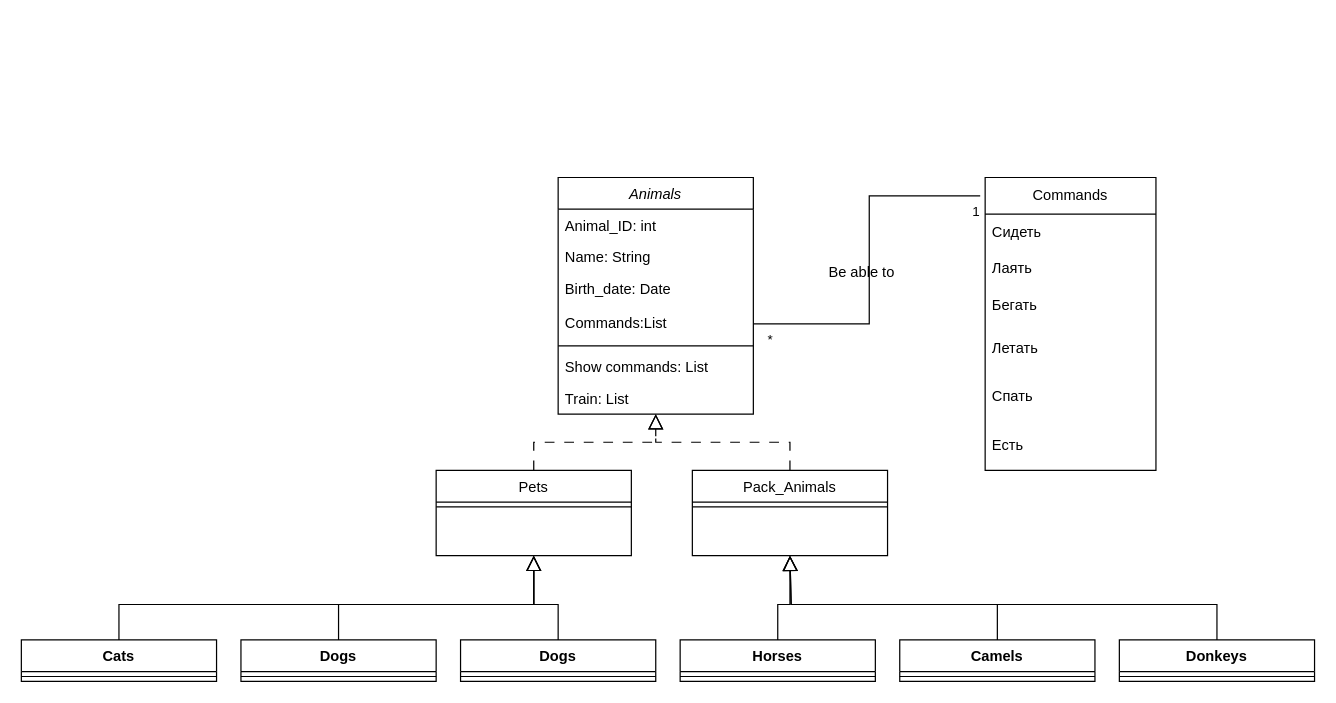
Before: UML_diagram.drawio in wakhsavior/GB_Final_Specialization, a draw.io diagram. Source tidied: cells renumbered, new cells numbered last; positions are measured from the earlier drawing's top-left corner, leaving out a move shared by most shapes. Both pictures are drawn from the tidied source at 122%, with x=0, y=0 at pixel (21, 177).
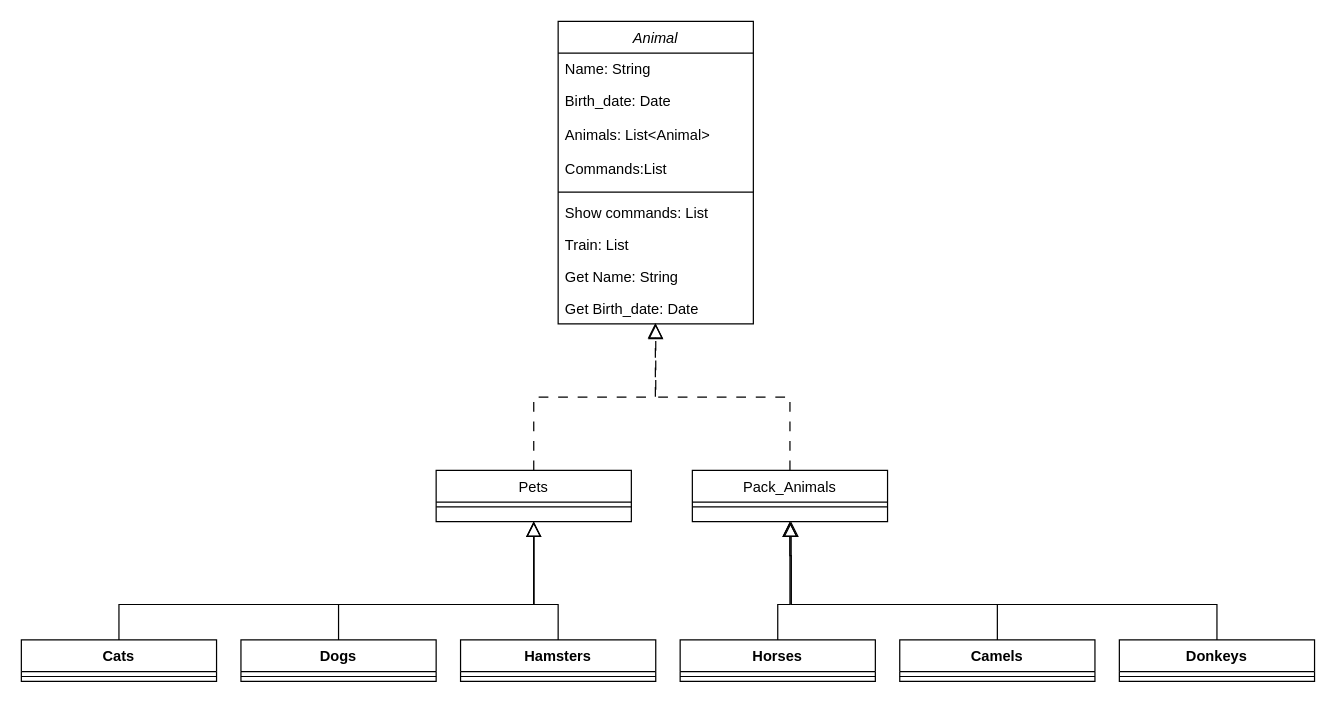
The same diagram, later.

The change refers to these unchanged cells:
```xml
<mxCell id="40" value="Camels" style="swimlane;fontStyle=1;align=center;verticalAlign=top;horizontal=1;startSize=26;whiteSpace=wrap;html=1;" parent="1" vertex="1">
  <mxGeometry x="720" y="379" width="160" height="34" as="geometry" />
</mxCell>
<mxCell id="43" value="Donkeys" style="swimlane;fontStyle=1;align=center;verticalAlign=top;horizontal=1;startSize=26;whiteSpace=wrap;html=1;" parent="1" vertex="1">
  <mxGeometry x="900" y="379" width="160" height="34" as="geometry" />
</mxCell>
```

The edit, as a diff of the source:
```diff
@@
-    <mxCell id="2" value="Animals" style="swimlane;fontStyle=2;align=center;verticalAlign=top;horizontal=1;startSize=26;rounded=0;shadow=0;strokeWidth=1;" parent="1" vertex="1">
-      <mxGeometry x="440" width="160" height="194" as="geometry" />
+    <mxCell id="2" value="Animal" style="swimlane;fontStyle=2;align=center;verticalAlign=top;horizontal=1;startSize=26;rounded=0;shadow=0;strokeWidth=1;" parent="1" vertex="1">
+      <mxGeometry x="440" y="-128" width="160" height="248" as="geometry" />
     </mxCell>
-    <mxCell id="3" value="Animal_ID: int" style="text;align=left;verticalAlign=top;spacingLeft=4;spacingRight=4;overflow=hidden;" parent="2" vertex="1">
-      <mxGeometry y="26" width="160" height="26" as="geometry" />
-    </mxCell>
     <mxCell id="4" value="Name: String " style="text;align=left;verticalAlign=top;spacingLeft=4;spacingRight=4;overflow=hidden;" parent="2" vertex="1">
-      <mxGeometry y="52" width="160" height="26" as="geometry" />
+      <mxGeometry y="26" width="160" height="26" as="geometry" />
     </mxCell>
     <mxCell id="5" value="Birth_date: Date" style="text;align=left;verticalAlign=top;spacingLeft=4;spacingRight=4;overflow=hidden;rounded=0;shadow=0;html=0;" parent="2" vertex="1">
-      <mxGeometry y="78" width="160" height="28" as="geometry" />
+      <mxGeometry y="52" width="160" height="28" as="geometry" />
     </mxCell>
+    <mxCell id="45" value="Animals: List&lt;Animal&gt;" style="text;align=left;verticalAlign=top;spacingLeft=4;spacingRight=4;overflow=hidden;rounded=0;shadow=0;html=0;" parent="2" vertex="1">
+      <mxGeometry y="80" width="160" height="28" as="geometry" />
+    </mxCell>
     <mxCell id="6" value="Commands:List" style="text;align=left;verticalAlign=top;spacingLeft=4;spacingRight=4;overflow=hidden;points=[[0,0.5],[1,0.5]];portConstraint=eastwest;rounded=0;shadow=0;html=0;" parent="2" vertex="1">
-      <mxGeometry y="106" width="160" height="28" as="geometry" />
+      <mxGeometry y="108" width="160" height="28" as="geometry" />
     </mxCell>
     <mxCell id="7" style="line;html=1;strokeWidth=1;align=left;verticalAlign=middle;spacingTop=-1;spacingLeft=3;spacingRight=3;labelPosition=right;" parent="2" vertex="1">
-      <mxGeometry y="134" width="160" height="8" as="geometry" />
+      <mxGeometry y="136" width="160" height="8" as="geometry" />
     </mxCell>
     <mxCell id="8" value="Show commands: List" style="text;align=left;verticalAlign=top;spacingLeft=4;spacingRight=4;overflow=hidden;" parent="2" vertex="1">
-      <mxGeometry y="142" width="160" height="26" as="geometry" />
+      <mxGeometry y="144" width="160" height="26" as="geometry" />
     </mxCell>
     <mxCell id="9" value="Train: List" style="text;align=left;verticalAlign=top;spacingLeft=4;spacingRight=4;overflow=hidden;" parent="2" vertex="1">
-      <mxGeometry y="168" width="160" height="26" as="geometry" />
+      <mxGeometry y="170" width="160" height="26" as="geometry" />
     </mxCell>
+    <mxCell id="46" value="Get Name: String" style="text;align=left;verticalAlign=top;spacingLeft=4;spacingRight=4;overflow=hidden;" parent="2" vertex="1">
+      <mxGeometry y="196" width="160" height="26" as="geometry" />
+    </mxCell>
+    <mxCell id="47" value="Get Birth_date: Date" style="text;align=left;verticalAlign=top;spacingLeft=4;spacingRight=4;overflow=hidden;points=[[0,0.5],[1,0.5]];portConstraint=eastwest;" parent="2" vertex="1">
+      <mxGeometry y="222" width="160" height="26" as="geometry" />
+    </mxCell>
     <mxCell id="10" value="Pets" style="swimlane;fontStyle=0;align=center;verticalAlign=top;horizontal=1;startSize=26;rounded=0;shadow=0;strokeWidth=1;" parent="1" vertex="1">
-      <mxGeometry x="340" y="240" width="160" height="70" as="geometry" />
+      <mxGeometry x="340" y="240" width="160" height="42" as="geometry" />
     </mxCell>
@@
-    <mxCell id="12" style="endArrow=block;endSize=10;endFill=0;shadow=0;strokeWidth=1;rounded=0;edgeStyle=elbowEdgeStyle;elbow=vertical;dashed=1;dashPattern=8 8;" parent="1" edge="1" source="10" target="2">
+    <mxCell id="12" style="endArrow=block;endSize=10;endFill=0;shadow=0;strokeWidth=1;rounded=0;edgeStyle=elbowEdgeStyle;elbow=vertical;dashed=1;dashPattern=8 8;entryX=0.498;entryY=0.974;entryDx=0;entryDy=0;entryPerimeter=0;exitX=0.5;exitY=0;exitDx=0;exitDy=0;" parent="1" edge="1" source="10" target="47">
       <mxGeometry relative="1" as="geometry" />
     </mxCell>
     <mxCell id="13" value="Pack_Animals" style="swimlane;fontStyle=0;align=center;verticalAlign=top;horizontal=1;startSize=26;rounded=0;shadow=0;strokeWidth=1;" parent="1" vertex="1">
-      <mxGeometry x="550" y="240" width="160" height="70" as="geometry" />
+      <mxGeometry x="550" y="240" width="160" height="42" as="geometry" />
     </mxCell>
@@
-    <mxCell id="15" style="endArrow=block;endSize=10;endFill=0;shadow=0;strokeWidth=1;rounded=0;edgeStyle=elbowEdgeStyle;elbow=vertical;dashed=1;dashPattern=8 8;" parent="1" edge="1" source="13" target="2">
+    <mxCell id="15" style="endArrow=block;endSize=10;endFill=0;shadow=0;strokeWidth=1;rounded=0;edgeStyle=elbowEdgeStyle;elbow=vertical;dashed=1;dashPattern=8 8;exitX=0.5;exitY=0;exitDx=0;exitDy=0;" parent="1" edge="1" source="13" target="47">
       <mxGeometry relative="1" as="geometry" />
     </mxCell>
-    <mxCell id="16" value="Commands" style="swimlane;fontStyle=0;horizontal=1;startSize=30;whiteSpace=wrap;html=1;" parent="1" vertex="1">
-      <mxGeometry x="790" width="140" height="240" as="geometry" />
-    </mxCell>
-    <mxCell id="17" value="Сидеть" style="text;strokeColor=none;fillColor=none;align=left;verticalAlign=middle;spacingLeft=4;spacingRight=4;overflow=hidden;whiteSpace=wrap;html=1;" parent="16" vertex="1">
-      <mxGeometry y="30" width="140" height="30" as="geometry" />
-    </mxCell>
-    <mxCell id="18" value="Лаять" style="text;strokeColor=none;fillColor=none;align=left;verticalAlign=middle;spacingLeft=4;spacingRight=4;overflow=hidden;whiteSpace=wrap;html=1;" parent="16" vertex="1">
-      <mxGeometry y="60" width="140" height="30" as="geometry" />
-    </mxCell>
-    <mxCell id="19" value="Бегать" style="text;strokeColor=none;fillColor=none;align=left;verticalAlign=middle;spacingLeft=4;spacingRight=4;overflow=hidden;whiteSpace=wrap;html=1;" parent="16" vertex="1">
-      <mxGeometry y="90" width="140" height="30" as="geometry" />
-    </mxCell>
-    <mxCell id="20" value="Летать" style="text;strokeColor=none;fillColor=none;align=left;verticalAlign=middle;spacingLeft=4;spacingRight=4;overflow=hidden;whiteSpace=wrap;html=1;" parent="16" vertex="1">
-      <mxGeometry y="120" width="140" height="40" as="geometry" />
-    </mxCell>
-    <mxCell id="21" value="Спать" style="text;strokeColor=none;fillColor=none;align=left;verticalAlign=middle;spacingLeft=4;spacingRight=4;overflow=hidden;whiteSpace=wrap;html=1;" parent="16" vertex="1">
-      <mxGeometry y="160" width="140" height="40" as="geometry" />
-    </mxCell>
-    <mxCell id="22" value="Есть" style="text;strokeColor=none;fillColor=none;align=left;verticalAlign=middle;spacingLeft=4;spacingRight=4;overflow=hidden;whiteSpace=wrap;html=1;" parent="16" vertex="1">
-      <mxGeometry y="200" width="140" height="40" as="geometry" />
-    </mxCell>
-    <mxCell id="23" style="endArrow=none;html=1;endSize=12;startArrow=none;startSize=14;startFill=0;edgeStyle=orthogonalEdgeStyle;rounded=0;entryX=-0.029;entryY=0.063;entryDx=0;entryDy=0;entryPerimeter=0;endFill=0;" parent="1" edge="1" source="6" target="16">
-      <mxGeometry relative="1" as="geometry" />
-    </mxCell>
-    <mxCell id="24" value="*" style="edgeLabel;html=1;align=left;verticalAlign=top;" parent="23" vertex="1">
-      <mxGeometry x="-1" relative="1" as="geometry">
-        <mxPoint x="10" as="offset" />
-      </mxGeometry>
-    </mxCell>
-    <mxCell id="25" value="1" style="edgeLabel;html=1;align=right;verticalAlign=top;" parent="23" vertex="1">
-      <mxGeometry x="1" relative="1" as="geometry" />
-    </mxCell>
-    <mxCell id="26" value="Be able to" style="text;whiteSpace=wrap;" parent="1" vertex="1">
-      <mxGeometry x="660" y="64" width="90" height="40" as="geometry" />
-    </mxCell>
@@
-    <mxCell id="34" value="Dogs" style="swimlane;fontStyle=1;align=center;verticalAlign=top;horizontal=1;startSize=26;whiteSpace=wrap;html=1;" parent="1" vertex="1">
+    <mxCell id="34" value="Hamsters" style="swimlane;fontStyle=1;align=center;verticalAlign=top;horizontal=1;startSize=26;whiteSpace=wrap;html=1;" parent="1" vertex="1">
       <mxGeometry x="360" y="379" width="160" height="34" as="geometry" />
     </mxCell>
@@
     <mxCell id="39" style="edgeStyle=orthogonalEdgeStyle;rounded=0;jettySize=auto;html=1;endArrow=block;endFill=0;endSize=10;shadow=0;strokeWidth=1;" parent="1" edge="1" source="40">
       <mxGeometry relative="1" as="geometry">
-        <mxPoint x="630" y="310" as="targetPoint" />
+        <mxPoint x="631" y="282" as="targetPoint" />
         <Array as="points">
           <mxPoint x="800" y="350" />
           <mxPoint x="631" y="350" />
           <mxPoint x="631" y="310" />
         </Array>
       </mxGeometry>
     </mxCell>
@@
     <mxCell id="42" style="edgeStyle=orthogonalEdgeStyle;rounded=0;jettySize=auto;html=1;endArrow=block;endFill=0;endSize=10;shadow=0;strokeWidth=1;" parent="1" edge="1" source="43">
       <mxGeometry relative="1" as="geometry">
-        <mxPoint x="630" y="310" as="targetPoint" />
+        <mxPoint x="630" y="282" as="targetPoint" />
         <Array as="points">
           <mxPoint x="980" y="350" />
           <mxPoint x="631" y="350" />
           <mxPoint x="631" y="310" />
         </Array>
       </mxGeometry>
     </mxCell>
```
